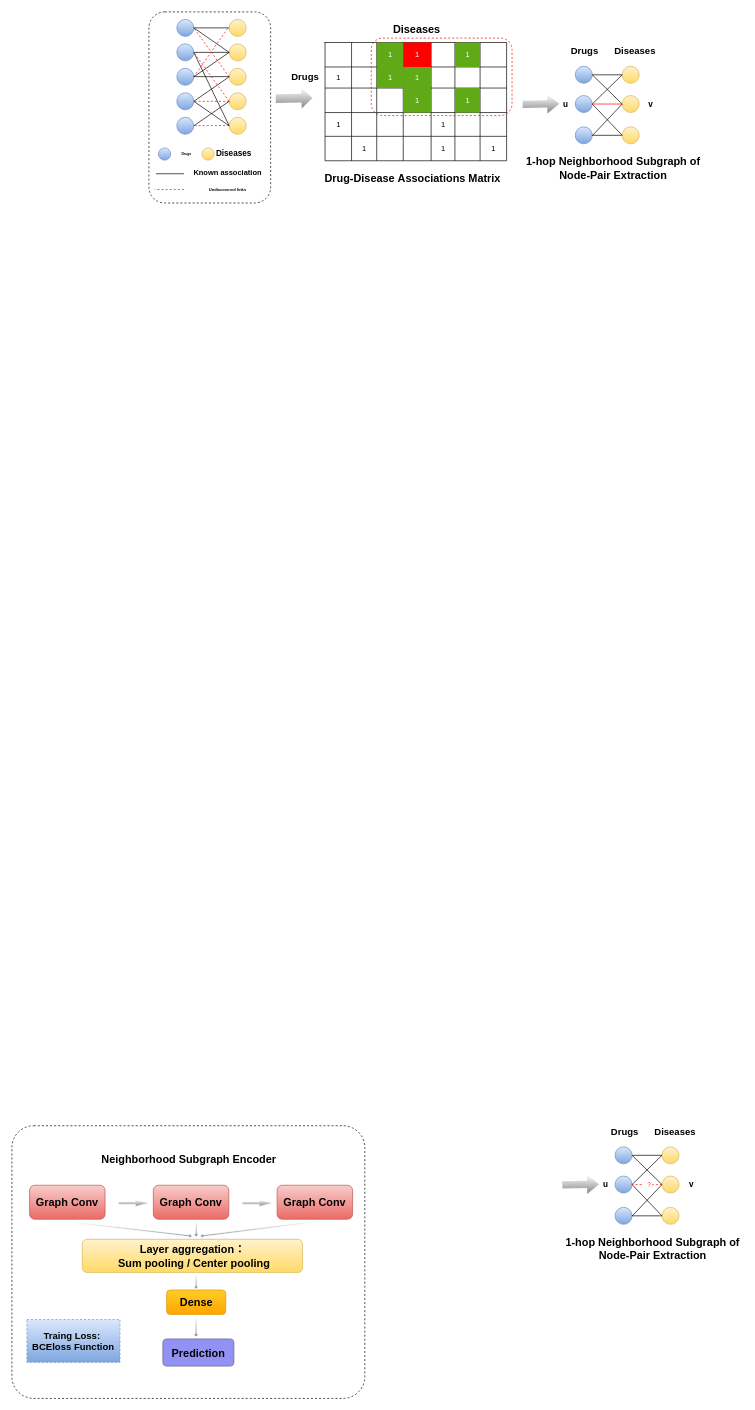
This is page "第 2 页" (2 of 4) of 未命名绘图.drawio from nanfengk/hello-world, a draw.io file, before an edit. Source tidied: cells renumbered, new cells numbered last; positions are measured from the earlier drawing's top-left corner, leaving out a move shared by most shapes. Both pictures are drawn from the tidied source at 68%, with x=0, y=0 at pixel (12, 12).
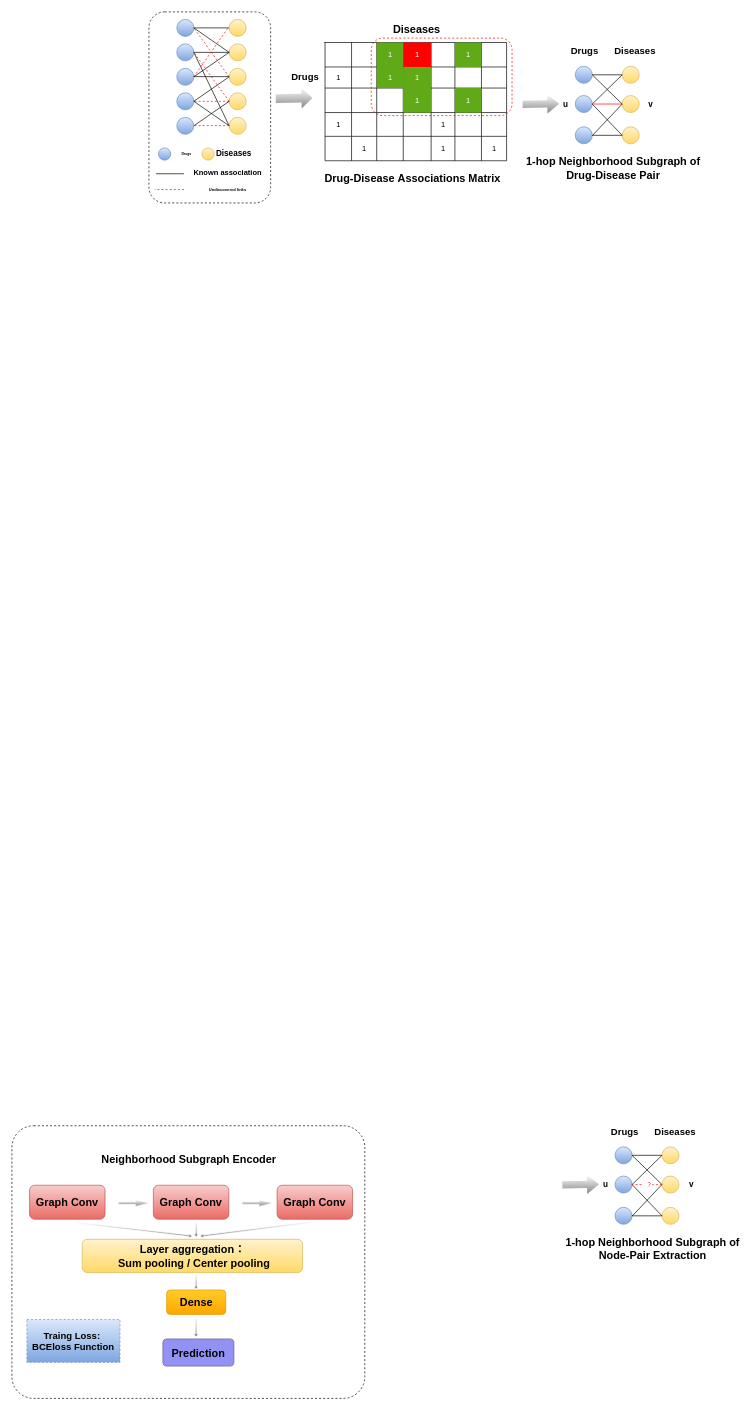
Above is the later version.

The change refers to these unchanged cells:
```xml
<mxCell id="37" style="shape=tableRow;horizontal=0;startSize=0;swimlaneHead=0;swimlaneBody=0;top=0;left=0;bottom=0;right=0;fillColor=none;rounded=0;shadow=0;sketch=0;fontSize=11;strokeWidth=1;strokeColor=#000000;" parent="36" vertex="1">
  <mxGeometry width="267" height="36" as="geometry" />
</mxCell>
<mxCell id="45" style="shape=tableRow;horizontal=0;startSize=0;swimlaneHead=0;swimlaneBody=0;top=0;left=0;bottom=0;right=0;fillColor=none;rounded=0;shadow=0;sketch=0;fontSize=11;strokeWidth=1;" parent="36" vertex="1">
  <mxGeometry y="36" width="267" height="31" as="geometry" />
</mxCell>
<mxCell id="53" style="shape=tableRow;horizontal=0;startSize=0;swimlaneHead=0;swimlaneBody=0;top=0;left=0;bottom=0;right=0;fillColor=none;rounded=0;shadow=0;sketch=0;fontSize=11;strokeWidth=1;" parent="36" vertex="1">
  <mxGeometry y="67" width="267" height="36" as="geometry" />
</mxCell>
<mxCell id="61" style="shape=tableRow;horizontal=0;startSize=0;swimlaneHead=0;swimlaneBody=0;top=0;left=0;bottom=0;right=0;fillColor=none;rounded=0;shadow=0;sketch=0;fontSize=11;strokeWidth=1;" parent="36" vertex="1">
  <mxGeometry y="103" width="267" height="35" as="geometry" />
</mxCell>
<mxCell id="69" style="shape=tableRow;horizontal=0;startSize=0;swimlaneHead=0;swimlaneBody=0;top=0;left=0;bottom=0;right=0;fillColor=none;rounded=0;shadow=0;sketch=0;fontSize=11;strokeWidth=1;" parent="36" vertex="1">
  <mxGeometry y="138" width="267" height="36" as="geometry" />
</mxCell>
```

Change to the diagram source:
```diff
@@
     <mxCell id="43" value="1" style="shape=partialRectangle;html=1;whiteSpace=wrap;overflow=hidden;fillColor=#60a917;top=0;left=0;bottom=0;right=0;rounded=0;shadow=0;sketch=0;fontSize=11;strokeWidth=1;strokeColor=#2D7600;fontColor=#ffffff;" parent="37" vertex="1">
-      <mxGeometry x="191" width="37" height="36" as="geometry" />
+      <mxGeometry x="191" width="39" height="36" as="geometry" />
     </mxCell>
     <mxCell id="44" style="shape=partialRectangle;html=1;whiteSpace=wrap;overflow=hidden;top=0;left=0;bottom=0;right=0;rounded=0;shadow=0;sketch=0;fontSize=11;strokeWidth=1;fillColor=none;" parent="37" vertex="1">
-      <mxGeometry x="228" width="39" height="36" as="geometry" />
+      <mxGeometry x="230" width="37" height="36" as="geometry" />
     </mxCell>
@@
     <mxCell id="51" style="shape=partialRectangle;html=1;whiteSpace=wrap;overflow=hidden;fillColor=none;top=0;left=0;bottom=0;right=0;rounded=0;shadow=0;sketch=0;fontSize=11;strokeWidth=1;strokeColor=#2D7600;fontColor=#ffffff;" parent="45" vertex="1">
-      <mxGeometry x="191" width="37" height="31" as="geometry" />
+      <mxGeometry x="191" width="39" height="31" as="geometry" />
     </mxCell>
     <mxCell id="52" style="shape=partialRectangle;html=1;whiteSpace=wrap;overflow=hidden;fillColor=none;top=0;left=0;bottom=0;right=0;rounded=0;shadow=0;sketch=0;fontSize=11;strokeWidth=1;" parent="45" vertex="1">
-      <mxGeometry x="228" width="39" height="31" as="geometry" />
+      <mxGeometry x="230" width="37" height="31" as="geometry" />
     </mxCell>
@@
     <mxCell id="59" value="1" style="shape=partialRectangle;html=1;whiteSpace=wrap;overflow=hidden;fillColor=#60a917;top=0;left=0;bottom=0;right=0;rounded=0;shadow=0;sketch=0;fontSize=11;strokeWidth=1;strokeColor=#2D7600;fontColor=#ffffff;" parent="53" vertex="1">
-      <mxGeometry x="191" width="37" height="36" as="geometry" />
+      <mxGeometry x="191" width="39" height="36" as="geometry" />
     </mxCell>
     <mxCell id="60" style="shape=partialRectangle;html=1;whiteSpace=wrap;overflow=hidden;fillColor=none;top=0;left=0;bottom=0;right=0;rounded=0;shadow=0;sketch=0;fontSize=11;strokeWidth=1;strokeColor=#2D7600;fontColor=#ffffff;" parent="53" vertex="1">
-      <mxGeometry x="228" width="39" height="36" as="geometry" />
+      <mxGeometry x="230" width="37" height="36" as="geometry" />
     </mxCell>
@@
     <mxCell id="67" style="shape=partialRectangle;html=1;whiteSpace=wrap;overflow=hidden;fillColor=none;top=0;left=0;bottom=0;right=0;rounded=0;shadow=0;sketch=0;fontSize=11;strokeWidth=1;" parent="61" vertex="1">
-      <mxGeometry x="191" width="37" height="35" as="geometry" />
+      <mxGeometry x="191" width="39" height="35" as="geometry" />
     </mxCell>
     <mxCell id="68" style="shape=partialRectangle;html=1;whiteSpace=wrap;overflow=hidden;fillColor=none;top=0;left=0;bottom=0;right=0;rounded=0;shadow=0;sketch=0;fontSize=11;strokeWidth=1;" parent="61" vertex="1">
-      <mxGeometry x="228" width="39" height="35" as="geometry" />
+      <mxGeometry x="230" width="37" height="35" as="geometry" />
     </mxCell>
@@
     <mxCell id="75" style="shape=partialRectangle;html=1;whiteSpace=wrap;overflow=hidden;fillColor=none;top=0;left=0;bottom=0;right=0;rounded=0;shadow=0;sketch=0;fontSize=11;strokeWidth=1;" parent="69" vertex="1">
-      <mxGeometry x="191" width="37" height="36" as="geometry" />
+      <mxGeometry x="191" width="39" height="36" as="geometry" />
     </mxCell>
     <mxCell id="76" value="1" style="shape=partialRectangle;html=1;whiteSpace=wrap;overflow=hidden;fillColor=none;top=0;left=0;bottom=0;right=0;rounded=0;shadow=0;sketch=0;fontSize=11;strokeWidth=1;" parent="69" vertex="1">
-      <mxGeometry x="228" width="39" height="36" as="geometry" />
+      <mxGeometry x="230" width="37" height="36" as="geometry" />
     </mxCell>
@@
-    <mxCell id="97" value="&lt;b&gt;&lt;font style=&quot;font-size: 16px&quot;&gt;&lt;font color=&quot;#000000&quot;&gt;1-hop&amp;nbsp;&lt;/font&gt;&lt;span style=&quot;color: rgb(0 , 0 , 0)&quot;&gt;Neighborhood Subgraph of &lt;br&gt;Node-Pair Extraction&lt;/span&gt;&lt;/font&gt;&lt;/b&gt;&lt;font color=&quot;#000000&quot;&gt;&lt;br&gt;&lt;/font&gt;" style="text;html=1;align=center;verticalAlign=middle;strokeColor=none;fillColor=none;fontSize=9;fontColor=#FF0000;" parent="1" vertex="1">
-      <mxGeometry x="750.5" y="216" width="266" height="28" as="geometry" />
+    <mxCell id="97" value="&lt;b&gt;&lt;font style=&quot;font-size: 16px&quot;&gt;&lt;font color=&quot;#000000&quot;&gt;1-hop&amp;nbsp;&lt;/font&gt;&lt;span style=&quot;color: rgb(0 , 0 , 0)&quot;&gt;Neighborhood Subgraph of &lt;br&gt;Drug-Disease Pair&lt;/span&gt;&lt;/font&gt;&lt;/b&gt;&lt;font color=&quot;#000000&quot;&gt;&lt;br&gt;&lt;/font&gt;" style="text;html=1;align=center;verticalAlign=middle;strokeColor=none;fillColor=none;fontSize=9;fontColor=#FF0000;" parent="1" vertex="1">
+      <mxGeometry x="750.5" y="215" width="266" height="30" as="geometry" />
     </mxCell>
```
